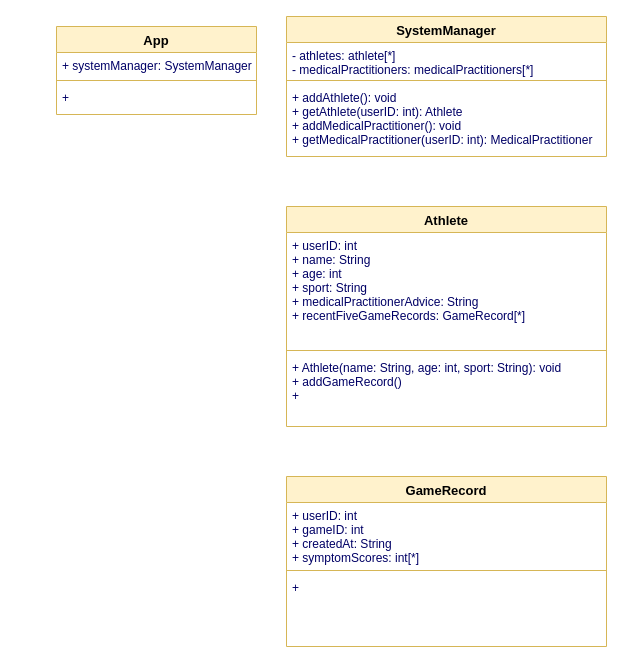
Before: Sport Concussion Assessment System/class_diagram.drawio in hiroto0222/CSE598-ASAD, a draw.io diagram. Source tidied: cells renumbered, new cells numbered last; positions are measured from the earlier drawing's top-left corner, leaving out a move shared by most shapes. Both pictures are drawn from the tidied source at 100%, with x=0, y=0 at pixel (56, 16).
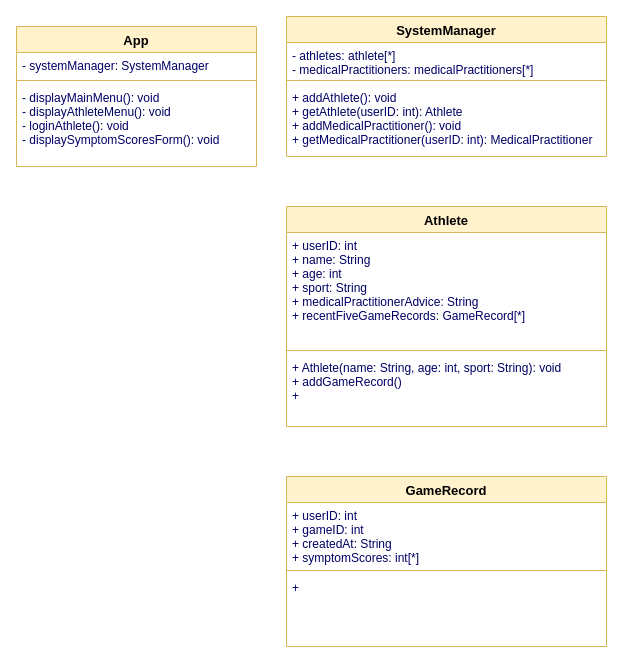
After the change.

Commit message (it also covers changes not shown here):
change func name to getUserSymptomScores

What changed in the source:
```diff
@@
 <mxGraphModel>
   <root>
     <mxCell id="0" />
     <mxCell id="1" parent="0" />
     <mxCell id="2" value="App" style="swimlane;fontStyle=1;align=center;verticalAlign=top;horizontal=1;startSize=26;swimlaneFillColor=#ffffff;strokeColor=#d6b656;strokeWidth=1;fillColor=#fff2cc;fontSize=13;" parent="1" vertex="1">
-      <mxGeometry y="10" width="200" height="88" as="geometry" />
+      <mxGeometry x="-40" y="10" width="240" height="140" as="geometry" />
     </mxCell>
-    <mxCell id="3" value="+ systemManager: SystemManager" style="text;strokeColor=none;fillColor=none;align=left;verticalAlign=top;spacingLeft=4;spacingRight=4;overflow=hidden;fontColor=#000066;" parent="2" vertex="1">
-      <mxGeometry y="26" width="200" height="24" as="geometry" />
+    <mxCell id="3" value="- systemManager: SystemManager" style="text;strokeColor=none;fillColor=none;align=left;verticalAlign=top;spacingLeft=4;spacingRight=4;overflow=hidden;fontColor=#000066;" parent="2" vertex="1">
+      <mxGeometry y="26" width="240" height="24" as="geometry" />
     </mxCell>
     <mxCell id="4" style="line;strokeWidth=1;fillColor=#fff2cc;align=left;verticalAlign=middle;spacingTop=-1;spacingLeft=3;spacingRight=3;labelPosition=right;strokeColor=#d6b656;" parent="2" vertex="1">
-      <mxGeometry y="50" width="200" height="8" as="geometry" />
+      <mxGeometry y="50" width="240" height="8" as="geometry" />
     </mxCell>
-    <mxCell id="5" value="+ " style="text;strokeColor=none;fillColor=none;align=left;verticalAlign=top;spacingLeft=4;spacingRight=4;overflow=hidden;fontColor=#000066;" parent="2" vertex="1">
-      <mxGeometry y="58" width="200" height="30" as="geometry" />
+    <mxCell id="5" value="- displayMainMenu(): void&#10;- displayAthleteMenu(): void&#10;- loginAthlete(): void&#10;- displaySymptomScoresForm(): void" style="text;strokeColor=none;fillColor=none;align=left;verticalAlign=top;spacingLeft=4;spacingRight=4;overflow=hidden;fontColor=#000066;" parent="2" vertex="1">
+      <mxGeometry y="58" width="240" height="82" as="geometry" />
     </mxCell>
     <mxCell id="6" value="SystemManager" style="swimlane;fontStyle=1;align=center;verticalAlign=top;horizontal=1;startSize=26;swimlaneFillColor=#ffffff;strokeColor=#d6b656;strokeWidth=1;fillColor=#fff2cc;fontSize=13;" parent="1" vertex="1">
       <mxGeometry x="230" width="320" height="140" as="geometry" />
     </mxCell>
     <mxCell id="7" value="- athletes: athlete[*]&#10;- medicalPractitioners: medicalPractitioners[*]" style="text;strokeColor=none;fillColor=none;align=left;verticalAlign=top;spacingLeft=4;spacingRight=4;overflow=hidden;fontColor=#000066;" parent="6" vertex="1">
       <mxGeometry y="26" width="320" height="34" as="geometry" />
     </mxCell>
     <mxCell id="8" style="line;strokeWidth=1;fillColor=#fff2cc;align=left;verticalAlign=middle;spacingTop=-1;spacingLeft=3;spacingRight=3;labelPosition=right;strokeColor=#d6b656;" parent="6" vertex="1">
       <mxGeometry y="60" width="320" height="8" as="geometry" />
     </mxCell>
     <mxCell id="9" value="+ addAthlete(): void&#10;+ getAthlete(userID: int): Athlete&#10;+ addMedicalPractitioner(): void&#10;+ getMedicalPractitioner(userID: int): MedicalPractitioner" style="text;strokeColor=none;fillColor=none;align=left;verticalAlign=top;spacingLeft=4;spacingRight=4;overflow=hidden;fontColor=#000066;" parent="6" vertex="1">
       <mxGeometry y="68" width="320" height="72" as="geometry" />
     </mxCell>
     <mxCell id="10" value="Athlete" style="swimlane;fontStyle=1;align=center;verticalAlign=top;horizontal=1;startSize=26;swimlaneFillColor=#ffffff;strokeColor=#d6b656;strokeWidth=1;fillColor=#fff2cc;fontSize=13;" parent="1" vertex="1">
       <mxGeometry x="230" y="190" width="320" height="220" as="geometry" />
     </mxCell>
     <mxCell id="11" value="+ userID: int&#10;+ name: String&#10;+ age: int&#10;+ sport: String&#10;+ medicalPractitionerAdvice: String&#10;+ recentFiveGameRecords: GameRecord[*]" style="text;strokeColor=none;fillColor=none;align=left;verticalAlign=top;spacingLeft=4;spacingRight=4;overflow=hidden;fontColor=#000066;" parent="10" vertex="1">
       <mxGeometry y="26" width="320" height="114" as="geometry" />
     </mxCell>
     <mxCell id="12" style="line;strokeWidth=1;fillColor=#fff2cc;align=left;verticalAlign=middle;spacingTop=-1;spacingLeft=3;spacingRight=3;labelPosition=right;strokeColor=#d6b656;" parent="10" vertex="1">
       <mxGeometry y="140" width="320" height="8" as="geometry" />
     </mxCell>
     <mxCell id="13" value="+ Athlete(name: String, age: int, sport: String): void&#10;+ addGameRecord()&#10;+ " style="text;strokeColor=none;fillColor=none;align=left;verticalAlign=top;spacingLeft=4;spacingRight=4;overflow=hidden;fontColor=#000066;" parent="10" vertex="1">
       <mxGeometry y="148" width="320" height="72" as="geometry" />
     </mxCell>
     <mxCell id="14" value="GameRecord" style="swimlane;fontStyle=1;align=center;verticalAlign=top;horizontal=1;startSize=26;swimlaneFillColor=#ffffff;strokeColor=#d6b656;strokeWidth=1;fillColor=#fff2cc;fontSize=13;" parent="1" vertex="1">
       <mxGeometry x="230" y="460" width="320" height="170" as="geometry" />
     </mxCell>
     <mxCell id="15" value="+ userID: int&#10;+ gameID: int&#10;+ createdAt: String&#10;+ symptomScores: int[*]" style="text;strokeColor=none;fillColor=none;align=left;verticalAlign=top;spacingLeft=4;spacingRight=4;overflow=hidden;fontColor=#000066;" parent="14" vertex="1">
       <mxGeometry y="26" width="320" height="64" as="geometry" />
     </mxCell>
     <mxCell id="16" style="line;strokeWidth=1;fillColor=#fff2cc;align=left;verticalAlign=middle;spacingTop=-1;spacingLeft=3;spacingRight=3;labelPosition=right;strokeColor=#d6b656;" parent="14" vertex="1">
       <mxGeometry y="90" width="320" height="8" as="geometry" />
     </mxCell>
     <mxCell id="17" value="+ " style="text;strokeColor=none;fillColor=none;align=left;verticalAlign=top;spacingLeft=4;spacingRight=4;overflow=hidden;fontColor=#000066;" parent="14" vertex="1">
       <mxGeometry y="98" width="320" height="72" as="geometry" />
     </mxCell>
   </root>
 </mxGraphModel>
```
